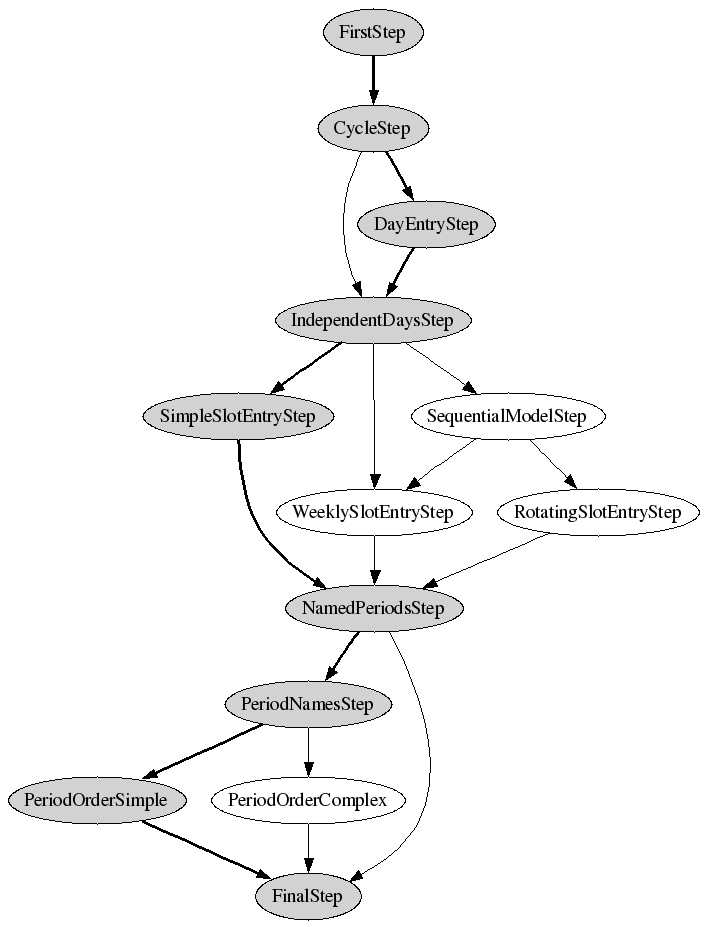
Above: src/schooltool/browser/ftests/ttschema-wizard-2.png in mattva01/schooltool (Graphviz), before the change. Its source is kept beside it as src/schooltool/browser/ftests/ttschema-wizard-2.dot. Its diagram source:
```dot
digraph "Timetable Schema Wizard" {
  FirstStep -> CycleStep [style="bold"];
  CycleStep -> IndependentDaysStep;
  CycleStep -> DayEntryStep [style="bold"];
  DayEntryStep -> IndependentDaysStep [style="bold"];
  IndependentDaysStep -> SimpleSlotEntryStep [style="bold"];
  IndependentDaysStep -> WeeklySlotEntryStep;
  IndependentDaysStep -> SequentialModelStep;
  SequentialModelStep -> WeeklySlotEntryStep;
  SequentialModelStep -> RotatingSlotEntryStep;
  SimpleSlotEntryStep -> NamedPeriodsStep [style="bold"];
  RotatingSlotEntryStep -> NamedPeriodsStep;
  WeeklySlotEntryStep -> NamedPeriodsStep;
  NamedPeriodsStep -> PeriodNamesStep [style="bold"];
  NamedPeriodsStep -> FinalStep;
  PeriodNamesStep -> PeriodOrderSimple [style="bold"];
  PeriodNamesStep -> PeriodOrderComplex;
  PeriodOrderSimple -> FinalStep [style="bold"];
  PeriodOrderComplex -> FinalStep;

  FirstStep[style="filled"];
  CycleStep[style="filled"];
  DayEntryStep[style="filled"];
  IndependentDaysStep[style="filled"];
  SimpleSlotEntryStep[style="filled"];
  NamedPeriodsStep[style="filled"];
  PeriodNamesStep[style="filled"];
  PeriodOrderSimple[style="filled"];
  FinalStep[style="filled"];
}
```
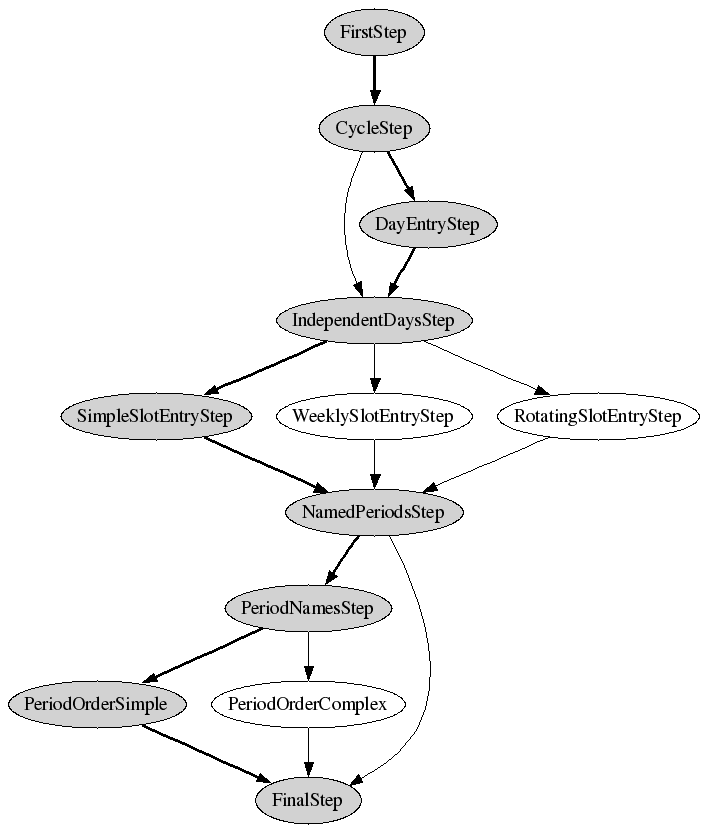
Later version of the same file.

The edit, as a diff of the source:
```diff
@@ -5,9 +5,7 @@
   DayEntryStep -> IndependentDaysStep [style="bold"];
   IndependentDaysStep -> SimpleSlotEntryStep [style="bold"];
   IndependentDaysStep -> WeeklySlotEntryStep;
-  IndependentDaysStep -> SequentialModelStep;
-  SequentialModelStep -> WeeklySlotEntryStep;
-  SequentialModelStep -> RotatingSlotEntryStep;
+  IndependentDaysStep -> RotatingSlotEntryStep;
   SimpleSlotEntryStep -> NamedPeriodsStep [style="bold"];
   RotatingSlotEntryStep -> NamedPeriodsStep;
   WeeklySlotEntryStep -> NamedPeriodsStep;
```
